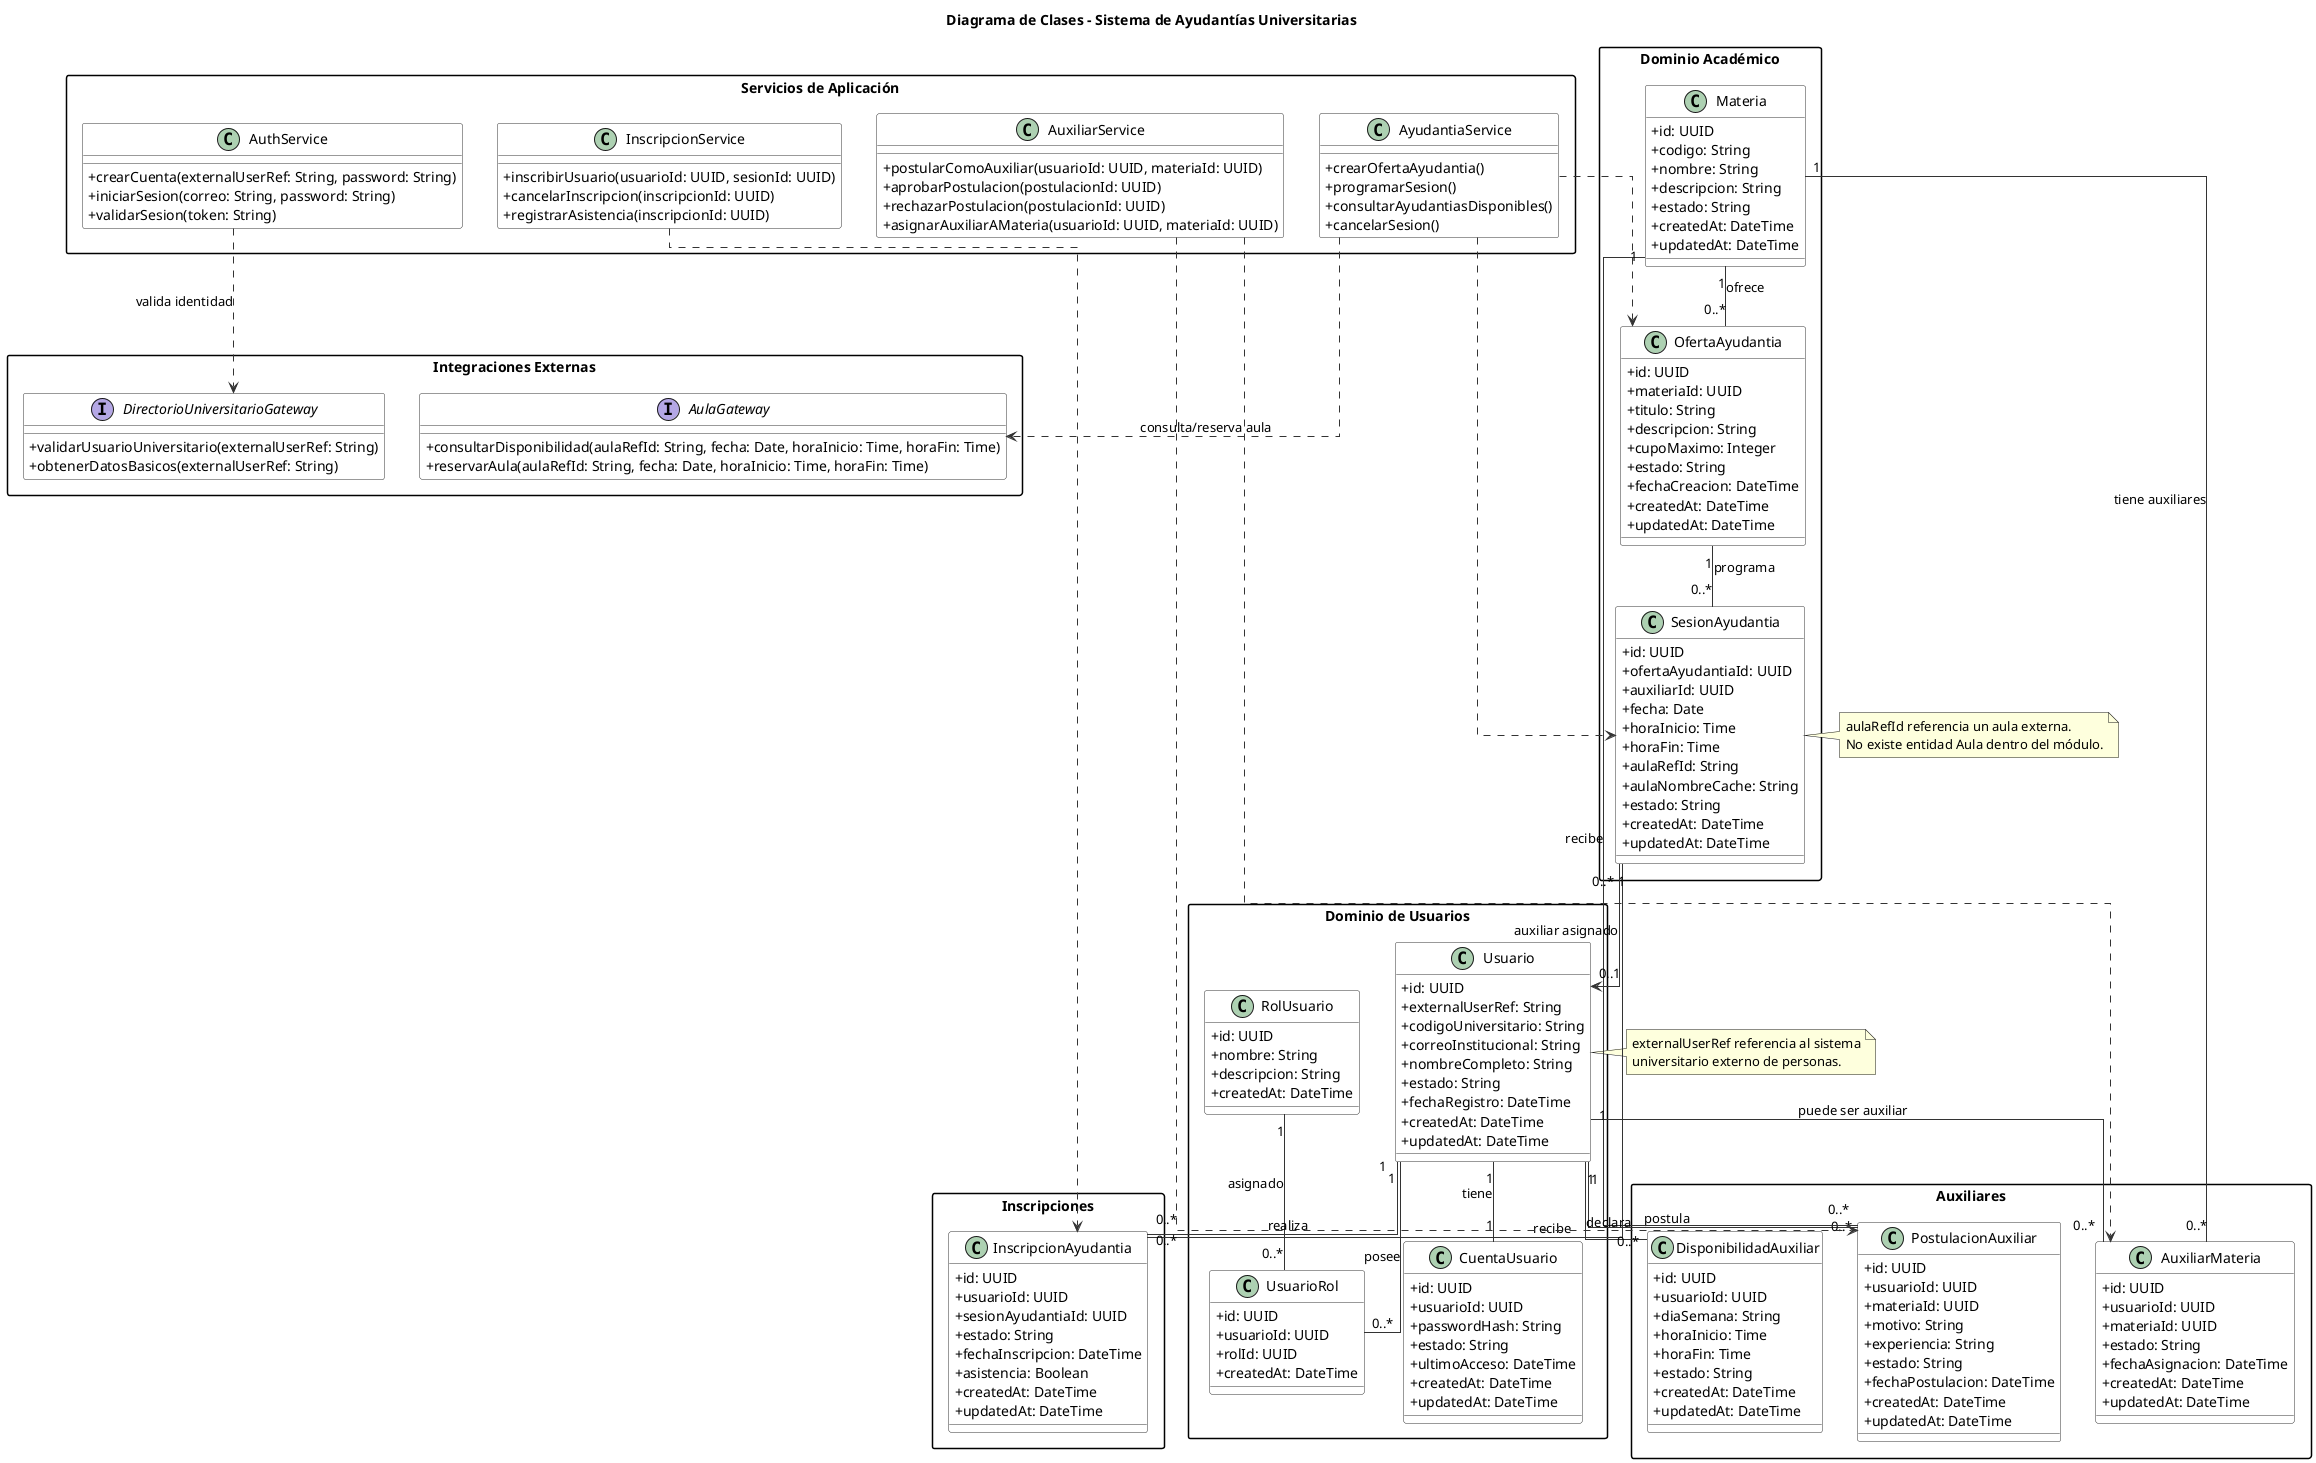
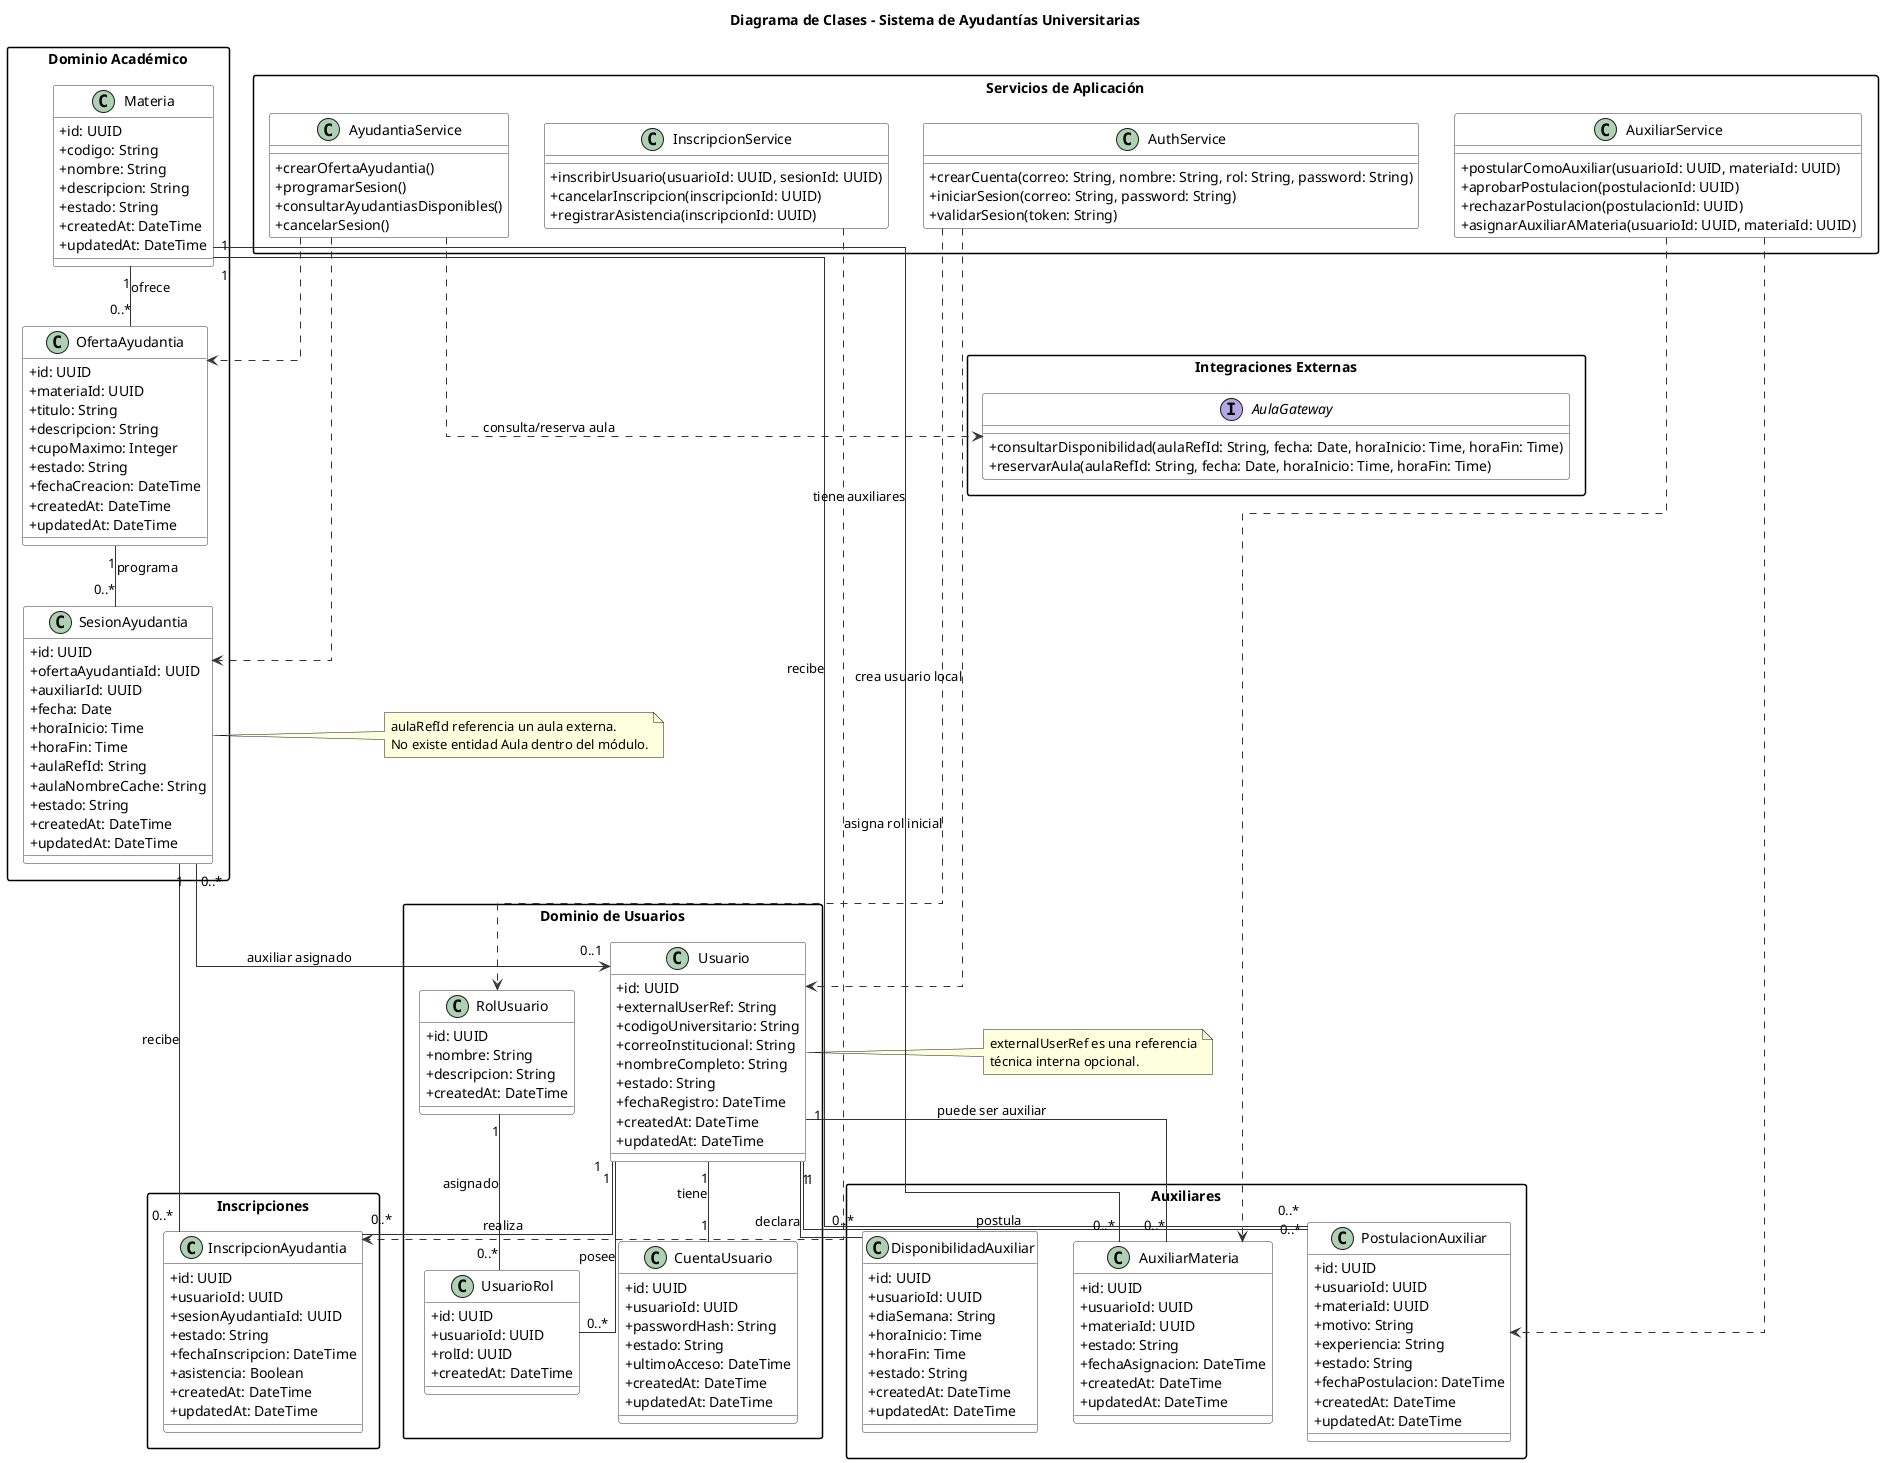
@startuml
' ============================================================
' DIAGRAMA DE CLASES - Sistema de Ayudantías Universitarias
' ============================================================

skinparam classAttributeIconSize 0
skinparam linetype ortho
skinparam shadowing false
skinparam packageStyle rectangle
skinparam class {
  BackgroundColor #FFFFFF
  BorderColor #333333
  ArrowColor #333333
}

title Diagrama de Clases - Sistema de Ayudantías Universitarias

package "Dominio de Usuarios" {

  class Usuario {
    +id: UUID
    +externalUserRef: String
    +codigoUniversitario: String
    +correoInstitucional: String
    +nombreCompleto: String
    +estado: String
    +fechaRegistro: DateTime
    +createdAt: DateTime
    +updatedAt: DateTime
  }

  class CuentaUsuario {
    +id: UUID
    +usuarioId: UUID
    +passwordHash: String
    +estado: String
    +ultimoAcceso: DateTime
    +createdAt: DateTime
    +updatedAt: DateTime
  }

  class RolUsuario {
    +id: UUID
    +nombre: String
    +descripcion: String
    +createdAt: DateTime
  }

  class UsuarioRol {
    +id: UUID
    +usuarioId: UUID
    +rolId: UUID
    +createdAt: DateTime
  }
}

package "Dominio Académico" {

  class Materia {
    +id: UUID
    +codigo: String
    +nombre: String
    +descripcion: String
    +estado: String
    +createdAt: DateTime
    +updatedAt: DateTime
  }

  class OfertaAyudantia {
    +id: UUID
    +materiaId: UUID
    +titulo: String
    +descripcion: String
    +cupoMaximo: Integer
    +estado: String
    +fechaCreacion: DateTime
    +createdAt: DateTime
    +updatedAt: DateTime
  }

  class SesionAyudantia {
    +id: UUID
    +ofertaAyudantiaId: UUID
    +auxiliarId: UUID
    +fecha: Date
    +horaInicio: Time
    +horaFin: Time
    +aulaRefId: String
    +aulaNombreCache: String
    +estado: String
    +createdAt: DateTime
    +updatedAt: DateTime
  }
}

package "Inscripciones" {

  class InscripcionAyudantia {
    +id: UUID
    +usuarioId: UUID
    +sesionAyudantiaId: UUID
    +estado: String
    +fechaInscripcion: DateTime
    +asistencia: Boolean
    +createdAt: DateTime
    +updatedAt: DateTime
  }
}

package "Auxiliares" {

  class PostulacionAuxiliar {
    +id: UUID
    +usuarioId: UUID
    +materiaId: UUID
    +motivo: String
    +experiencia: String
    +estado: String
    +fechaPostulacion: DateTime
    +createdAt: DateTime
    +updatedAt: DateTime
  }

  class AuxiliarMateria {
    +id: UUID
    +usuarioId: UUID
    +materiaId: UUID
    +estado: String
    +fechaAsignacion: DateTime
    +createdAt: DateTime
    +updatedAt: DateTime
  }

  class DisponibilidadAuxiliar {
    +id: UUID
    +usuarioId: UUID
    +diaSemana: String
    +horaInicio: Time
    +horaFin: Time
    +estado: String
    +createdAt: DateTime
    +updatedAt: DateTime
  }
}

package "Servicios de Aplicación" {

  class AuthService {
-     +crearCuenta(externalUserRef: String, password: String)
+     +crearCuenta(correo: String, nombre: String, rol: String, password: String)
    +iniciarSesion(correo: String, password: String)
    +validarSesion(token: String)
  }

  class AyudantiaService {
    +crearOfertaAyudantia()
    +programarSesion()
    +consultarAyudantiasDisponibles()
    +cancelarSesion()
  }

  class InscripcionService {
    +inscribirUsuario(usuarioId: UUID, sesionId: UUID)
    +cancelarInscripcion(inscripcionId: UUID)
    +registrarAsistencia(inscripcionId: UUID)
  }

  class AuxiliarService {
    +postularComoAuxiliar(usuarioId: UUID, materiaId: UUID)
    +aprobarPostulacion(postulacionId: UUID)
    +rechazarPostulacion(postulacionId: UUID)
    +asignarAuxiliarAMateria(usuarioId: UUID, materiaId: UUID)
  }
}

package "Integraciones Externas" {

  interface AulaGateway {
    +consultarDisponibilidad(aulaRefId: String, fecha: Date, horaInicio: Time, horaFin: Time)
    +reservarAula(aulaRefId: String, fecha: Date, horaInicio: Time, horaFin: Time)
  }

-   interface DirectorioUniversitarioGateway {
-     +validarUsuarioUniversitario(externalUserRef: String)
-     +obtenerDatosBasicos(externalUserRef: String)
-   }
}

' Relaciones de usuarios
Usuario "1" -- "1" CuentaUsuario : tiene
Usuario "1" -- "0..*" UsuarioRol : posee
RolUsuario "1" -- "0..*" UsuarioRol : asignado

' Relaciones académicas
Materia "1" -- "0..*" OfertaAyudantia : ofrece
OfertaAyudantia "1" -- "0..*" SesionAyudantia : programa

' Relaciones de inscripción
Usuario "1" -- "0..*" InscripcionAyudantia : realiza
SesionAyudantia "1" -- "0..*" InscripcionAyudantia : recibe

' Relaciones de auxiliares
Usuario "1" -- "0..*" PostulacionAuxiliar : postula
Materia "1" -- "0..*" PostulacionAuxiliar : recibe
Usuario "1" -- "0..*" AuxiliarMateria : puede ser auxiliar
Materia "1" -- "0..*" AuxiliarMateria : tiene auxiliares
Usuario "1" -- "0..*" DisponibilidadAuxiliar : declara

' Auxiliar asignado a sesión
SesionAyudantia "0..*" --> "0..1" Usuario : auxiliar asignado

- ' Dependencias con servicios externos
- AuthService ..> DirectorioUniversitarioGateway : valida identidad
+ ' Registro de usuarios interno
+ AuthService ..> Usuario : crea usuario local
+ AuthService ..> RolUsuario : asigna rol inicial
AyudantiaService ..> AulaGateway : consulta/reserva aula
AyudantiaService ..> OfertaAyudantia
AyudantiaService ..> SesionAyudantia
InscripcionService ..> InscripcionAyudantia
AuxiliarService ..> PostulacionAuxiliar
AuxiliarService ..> AuxiliarMateria

note right of SesionAyudantia
  aulaRefId referencia un aula externa.
  No existe entidad Aula dentro del módulo.
end note

note right of Usuario
-   externalUserRef referencia al sistema
-   universitario externo de personas.
+   externalUserRef es una referencia
+   técnica interna opcional.
end note

@enduml
